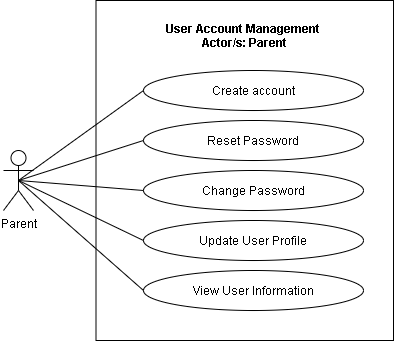
This is REVISIONS/UML-DIAGRAMS/6-28-2021/USE CASE/3-User Management System.png from mrklglsn/CAPSTONE-FILES, a draw.io export, as it was before one commit. Source tidied: cells renumbered, new cells last; positions are measured from the earlier drawing's top-left corner, leaving out a move shared by most shapes.
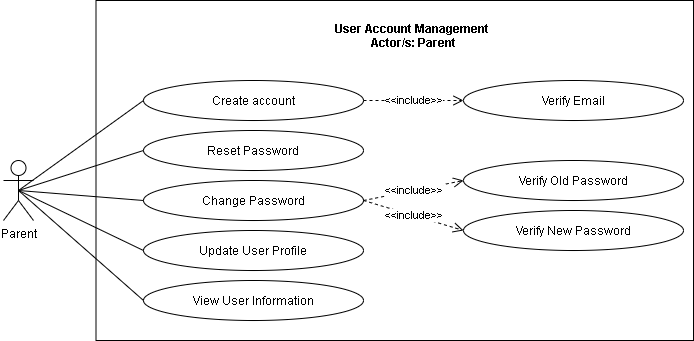
Above is the later version.

What changed in the source:
```diff
@@ -3,7 +3,7 @@
     <mxCell id="0" />
     <mxCell id="1" parent="0" />
     <mxCell id="2" style="html=1;fillColor=none;" parent="1" vertex="1">
-      <mxGeometry x="92.5" width="297.5" height="340" as="geometry" />
+      <mxGeometry x="92.5" y="-10" width="597.5" height="340" as="geometry" />
     </mxCell>
     <mxCell id="3" style="edgeStyle=none;rounded=0;jumpStyle=arc;jumpSize=14;jettySize=auto;html=1;exitX=0.5;exitY=0.5;exitDx=0;exitDy=0;exitPerimeter=0;entryX=0;entryY=0.5;entryDx=0;entryDy=0;startArrow=none;startFill=0;endArrow=none;endFill=0;startSize=11;endSize=11;" parent="1" edge="1" source="7" target="9">
       <mxGeometry relative="1" as="geometry" />
@@ -21,7 +21,7 @@
       <mxGeometry y="150" width="30" height="60" as="geometry" />
     </mxCell>
     <mxCell id="8" value="User Account Management &#10;Actor/s: Parent" style="text;align=center;fontStyle=1;verticalAlign=middle;spacingLeft=3;spacingRight=3;strokeColor=none;fillColor=none;" parent="1" vertex="1">
-      <mxGeometry x="81.2" y="20" width="320" height="30" as="geometry" />
+      <mxGeometry x="250" y="10" width="320" height="30" as="geometry" />
     </mxCell>
     <mxCell id="9" value="Reset Password" style="ellipse;whiteSpace=wrap;html=1;fillColor=none;" parent="1" vertex="1">
       <mxGeometry x="140" y="120" width="220" height="40" as="geometry" />
@@ -29,9 +29,18 @@
     <mxCell id="10" style="rounded=0;jettySize=auto;html=1;exitX=0.5;exitY=0.5;exitDx=0;exitDy=0;exitPerimeter=0;entryX=0;entryY=0.5;entryDx=0;entryDy=0;endArrow=none;endFill=0;jumpStyle=arc;jumpSize=11;" parent="1" edge="1" source="7" target="11">
       <mxGeometry relative="1" as="geometry" />
     </mxCell>
+    <mxCell id="15" value="&amp;lt;&amp;lt;include&amp;gt;&amp;gt;" style="edgeStyle=orthogonalEdgeStyle;rounded=0;jettySize=auto;html=1;exitX=1;exitY=0.5;exitDx=0;exitDy=0;entryX=0;entryY=0.5;entryDx=0;entryDy=0;dashed=1;endArrow=open;endFill=0;endSize=8;" parent="1" edge="1" source="11" target="18">
+      <mxGeometry relative="1" as="geometry" />
+    </mxCell>
     <mxCell id="11" value="Create account" style="ellipse;whiteSpace=wrap;html=1;fillColor=none;" parent="1" vertex="1">
       <mxGeometry x="140" y="70" width="220" height="40" as="geometry" />
     </mxCell>
+    <mxCell id="16" value="&amp;lt;&amp;lt;include&amp;gt;&amp;gt;" style="rounded=0;jettySize=auto;html=1;exitX=1;exitY=0.5;exitDx=0;exitDy=0;entryX=0;entryY=0.5;entryDx=0;entryDy=0;dashed=1;endArrow=open;endFill=0;endSize=8;" parent="1" edge="1" source="12" target="19">
+      <mxGeometry relative="1" as="geometry" />
+    </mxCell>
+    <mxCell id="17" value="&amp;lt;&amp;lt;include&amp;gt;&amp;gt;" style="edgeStyle=none;rounded=0;jettySize=auto;html=1;exitX=1;exitY=0.5;exitDx=0;exitDy=0;entryX=0;entryY=0.5;entryDx=0;entryDy=0;dashed=1;endArrow=open;endFill=0;endSize=8;" parent="1" edge="1" source="12" target="20">
+      <mxGeometry relative="1" as="geometry" />
+    </mxCell>
     <mxCell id="12" value="Change Password" style="ellipse;whiteSpace=wrap;html=1;fillColor=none;" parent="1" vertex="1">
       <mxGeometry x="140" y="170" width="220" height="40" as="geometry" />
     </mxCell>
@@ -41,5 +50,14 @@
     <mxCell id="14" value="View User Information" style="ellipse;whiteSpace=wrap;html=1;fillColor=none;" parent="1" vertex="1">
       <mxGeometry x="140" y="270" width="220" height="40" as="geometry" />
     </mxCell>
+    <mxCell id="18" value="Verify Email" style="ellipse;whiteSpace=wrap;html=1;fillColor=none;" parent="1" vertex="1">
+      <mxGeometry x="460" y="70" width="220" height="40" as="geometry" />
+    </mxCell>
+    <mxCell id="19" value="Verify Old Password" style="ellipse;whiteSpace=wrap;html=1;fillColor=none;" parent="1" vertex="1">
+      <mxGeometry x="460" y="150" width="220" height="40" as="geometry" />
+    </mxCell>
+    <mxCell id="20" value="Verify New Password" style="ellipse;whiteSpace=wrap;html=1;fillColor=none;" parent="1" vertex="1">
+      <mxGeometry x="460" y="200" width="220" height="40" as="geometry" />
+    </mxCell>
   </root>
 </mxGraphModel>
```
